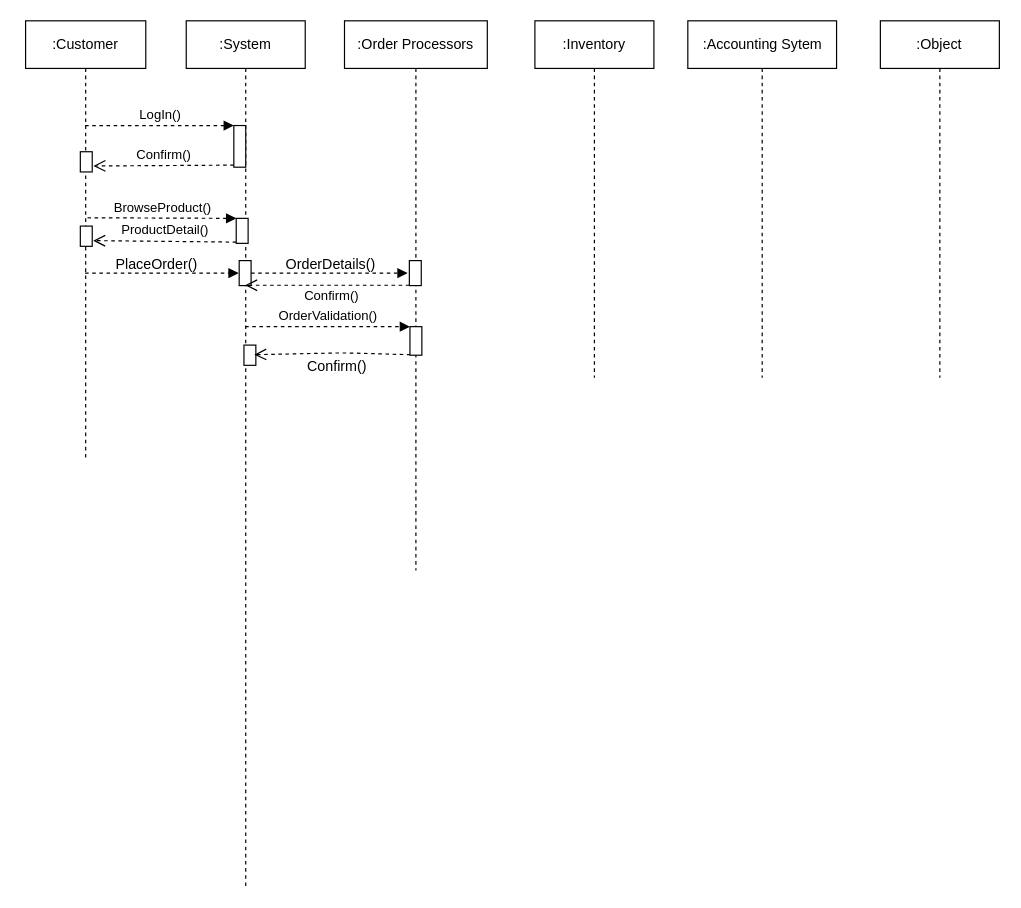
Above: Untitled Diagram.drawio in codingXllama/Object-Oriented-Design-in-Java (draw.io), before the change. Source tidied: cells renumbered, new cells numbered last; positions are measured from the earlier drawing's top-left corner, leaving out a move shared by most shapes. Both pictures are drawn from the tidied source at 119%, with x=0, y=0 at pixel (25, 20).
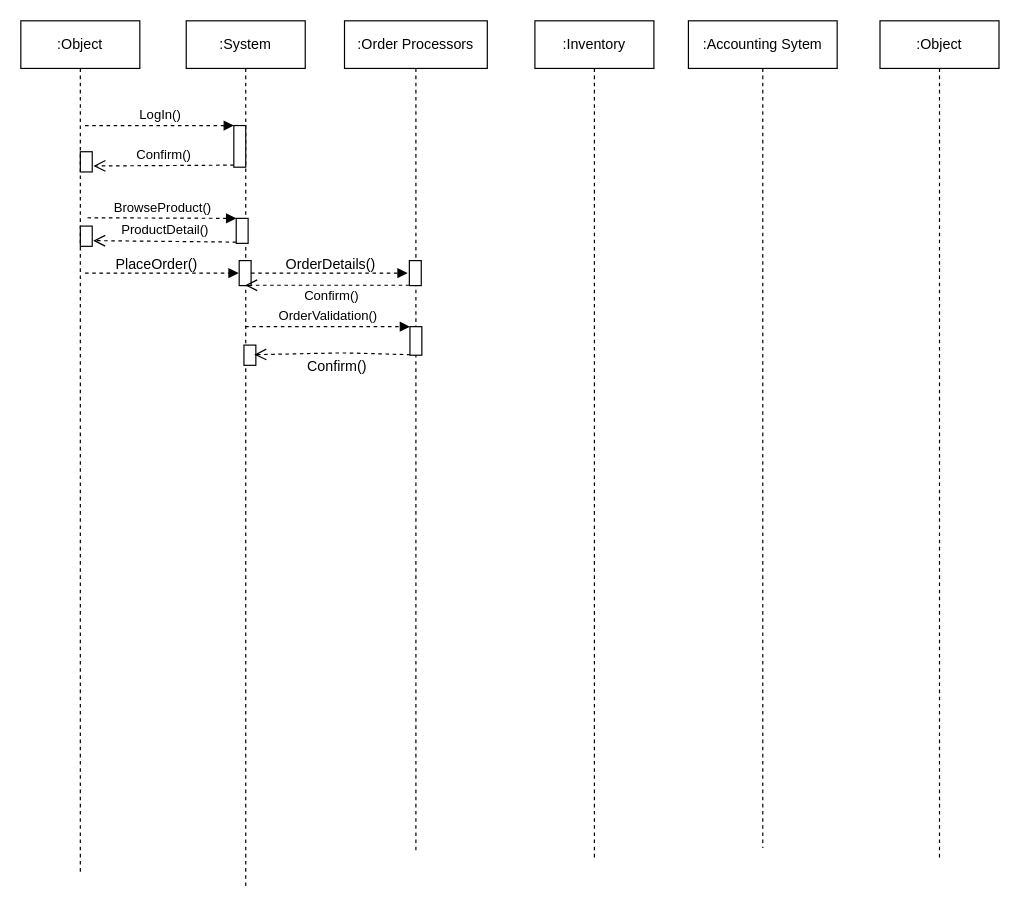
The same diagram, later.

Commit message:
Added Customer Object

Unchanged cells that the change refers to:
```xml
<mxCell id="6" style="html=1;points=[];perimeter=orthogonalPerimeter;" parent="5" vertex="1">
  <mxGeometry x="40" y="88" width="10" height="35" as="geometry" />
</mxCell>
```

The edit, as a diff of the source:
```diff
@@
-    <mxCell id="2" value=":Customer" style="shape=umlLifeline;perimeter=lifelinePerimeter;whiteSpace=wrap;html=1;outlineConnect=0;" parent="1" vertex="1">
-      <mxGeometry width="101" height="370" as="geometry" />
-    </mxCell>
     <mxCell id="3" value=":Object" style="shape=umlLifeline;perimeter=lifelinePerimeter;whiteSpace=wrap;html=1;" parent="1" vertex="1">
-      <mxGeometry x="718.3" width="100" height="300" as="geometry" />
+      <mxGeometry x="718" width="100" height="704" as="geometry" />
     </mxCell>
     <mxCell id="4" value=":Accounting Sytem" style="shape=umlLifeline;perimeter=lifelinePerimeter;whiteSpace=wrap;html=1;" parent="1" vertex="1">
-      <mxGeometry x="556.5" width="125" height="300" as="geometry" />
+      <mxGeometry x="557" width="125" height="695" as="geometry" />
     </mxCell>
@@
     <mxCell id="8" value=":Order Processors" style="shape=umlLifeline;perimeter=lifelinePerimeter;whiteSpace=wrap;html=1;" parent="1" vertex="1">
-      <mxGeometry x="268" width="120" height="462" as="geometry" />
+      <mxGeometry x="268" width="120" height="699" as="geometry" />
     </mxCell>
     <mxCell id="9" value=":Inventory&lt;br&gt;" style="shape=umlLifeline;perimeter=lifelinePerimeter;whiteSpace=wrap;html=1;" parent="1" vertex="1">
-      <mxGeometry x="428" width="100" height="300" as="geometry" />
+      <mxGeometry x="428" width="100" height="705" as="geometry" />
     </mxCell>
@@
-    <mxCell id="11" value="LogIn()" style="html=1;verticalAlign=bottom;endArrow=block;entryX=0;entryY=0;dashed=1;" parent="1" edge="1" source="2" target="6">
-      <mxGeometry relative="1" as="geometry" />
+    <mxCell id="11" value="LogIn()" style="html=1;verticalAlign=bottom;endArrow=block;entryX=0;entryY=0;dashed=1;" parent="1" edge="1" target="6">
+      <mxGeometry relative="1" as="geometry">
+        <mxPoint x="50" y="88" as="sourcePoint" />
+      </mxGeometry>
     </mxCell>
@@
-    <mxCell id="19" style="html=1;verticalAlign=bottom;endArrow=block;dashed=1;" parent="1" edge="1" source="2">
+    <mxCell id="19" style="html=1;verticalAlign=bottom;endArrow=block;dashed=1;" parent="1" edge="1">
       <mxGeometry relative="1" as="geometry">
+        <mxPoint x="50" y="212" as="sourcePoint" />
         <mxPoint x="179" y="212" as="targetPoint" />
       </mxGeometry>
     </mxCell>
@@
+    <mxCell id="28" value=":Object" style="shape=umlLifeline;perimeter=lifelinePerimeter;whiteSpace=wrap;html=1;" parent="1" vertex="1">
+      <mxGeometry x="-4" width="100" height="717" as="geometry" />
+    </mxCell>
```
